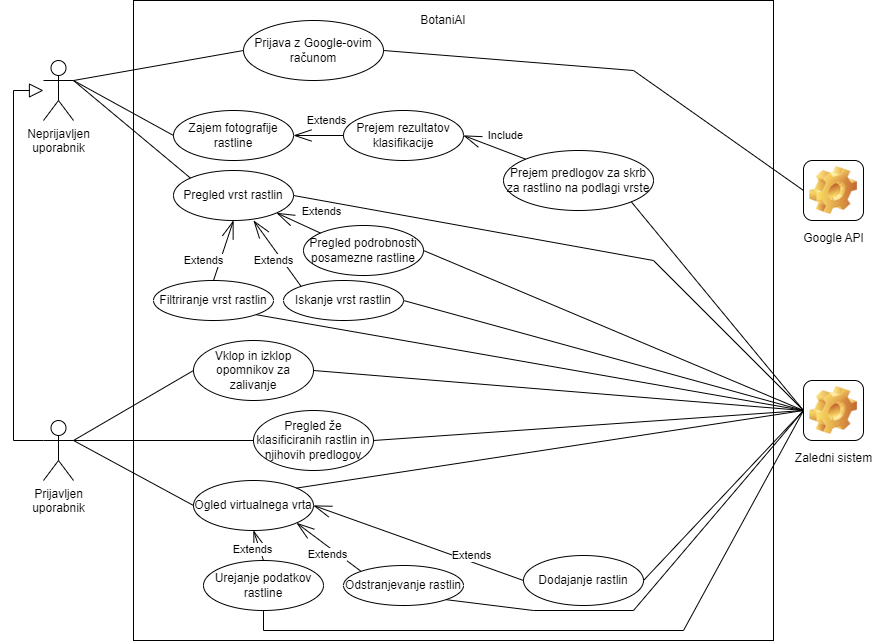
zala-lahovnik/BotaniAI keeps this draw.io diagram as Documentation/BotaniAI_UC_DPU.png. Above is the earlier version. Source tidied: cells renumbered, new cells last; positions are measured from the earlier drawing's top-left corner, leaving out a move shared by most shapes.
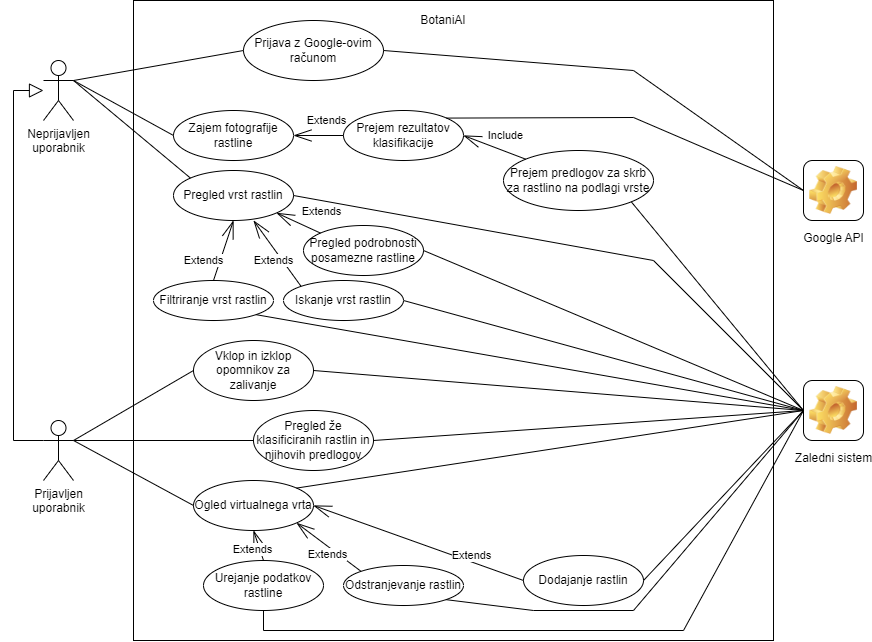
The same file after the commit.

Commit message:
docs: update use case diagram

Diff of the diagram source:
```diff
@@ -166,5 +166,12 @@
     <mxCell id="48" style="endArrow=none;html=1;rounded=0;exitX=1;exitY=1;exitDx=0;exitDy=0;entryX=0;entryY=0.5;entryDx=0;entryDy=0;" parent="1" edge="1" source="12" target="6">
       <mxGeometry relative="1" as="geometry" />
     </mxCell>
+    <mxCell id="49" style="endArrow=none;html=1;rounded=0;exitX=1;exitY=0;exitDx=0;exitDy=0;entryX=0;entryY=0.5;entryDx=0;entryDy=0;" parent="1" edge="1" source="9" target="5">
+      <mxGeometry relative="1" as="geometry">
+        <Array as="points">
+          <mxPoint x="620" y="117" />
+        </Array>
+      </mxGeometry>
+    </mxCell>
   </root>
 </mxGraphModel>
```
